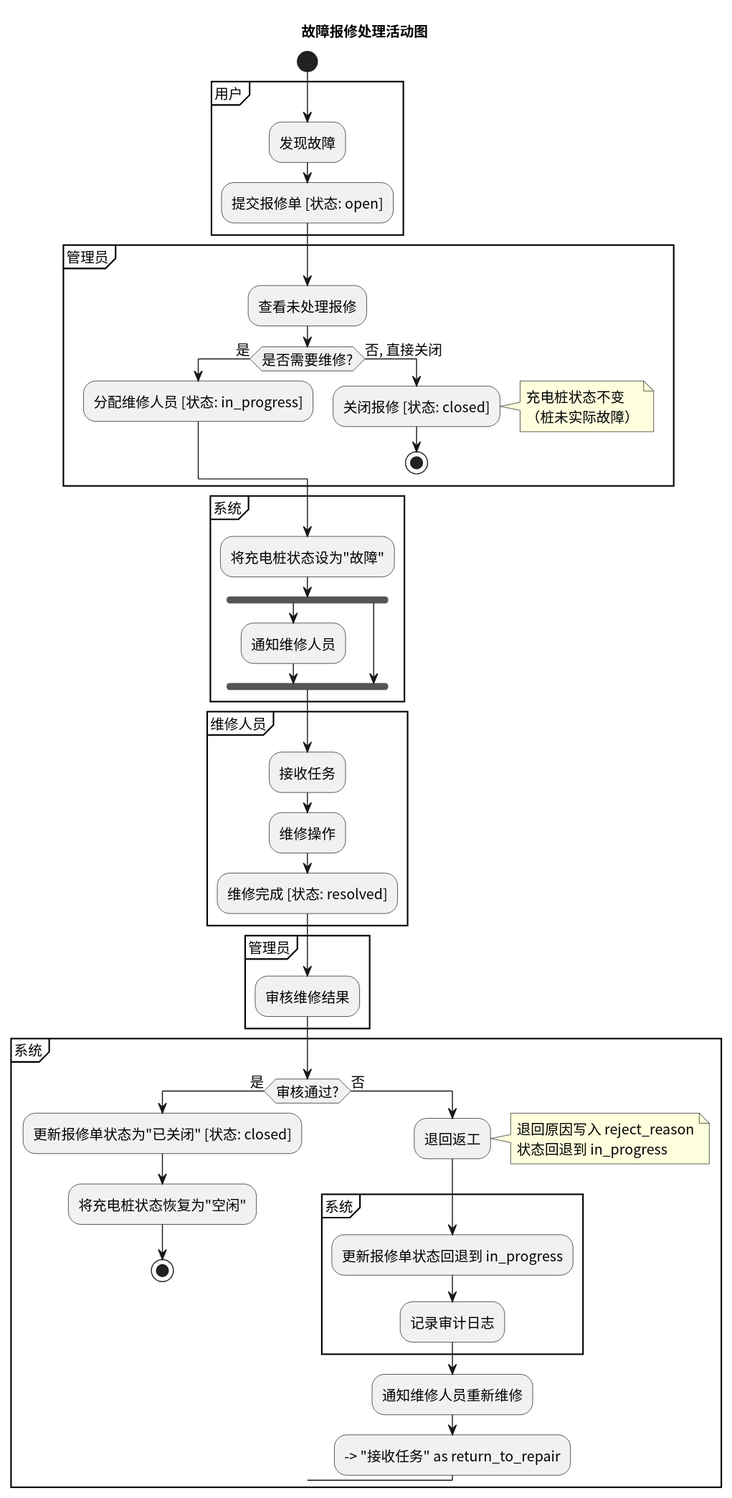
This is activity/img/activity_repair.svg from greenhandzdl/charging-station-doc, a PlantUML export, as it was before one commit.
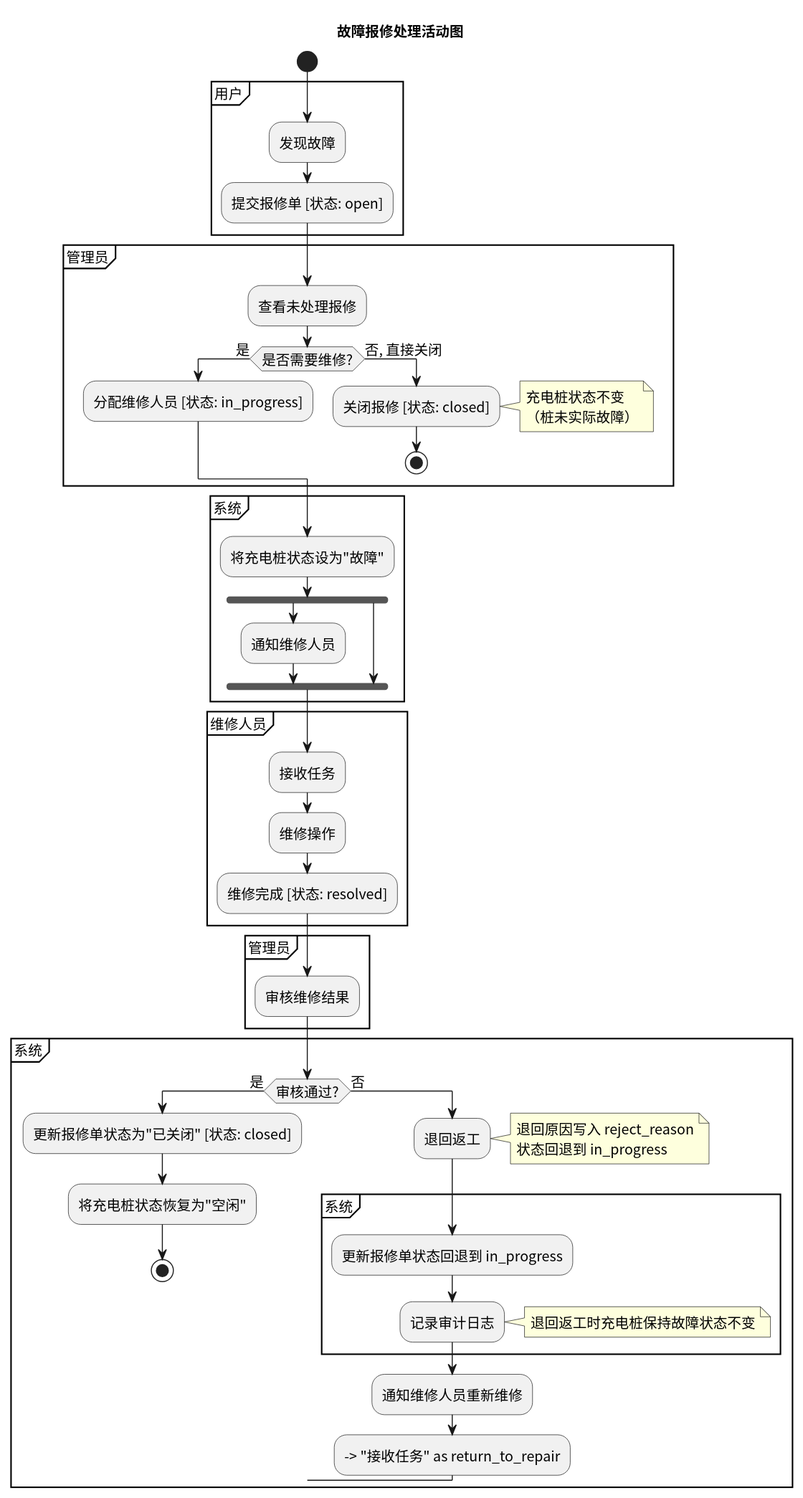
The same diagram one commit later.

The edit, as a diff of the source:
```diff
@@ -49,6 +49,7 @@
     partition "系统" {
       :更新报修单状态回退到 in_progress;
       :记录审计日志;
+      note right: 退回返工时充电桩保持故障状态不变
     }
     :通知维修人员重新维修;
     --> "接收任务" as return_to_repair
```
